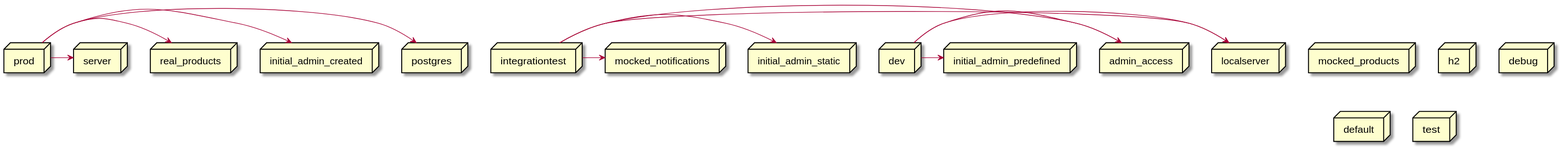
Before: docs/latest/images/gen_springprofiles.svg, a diagram exported from PlantUML (mercedes-benz/sechub).
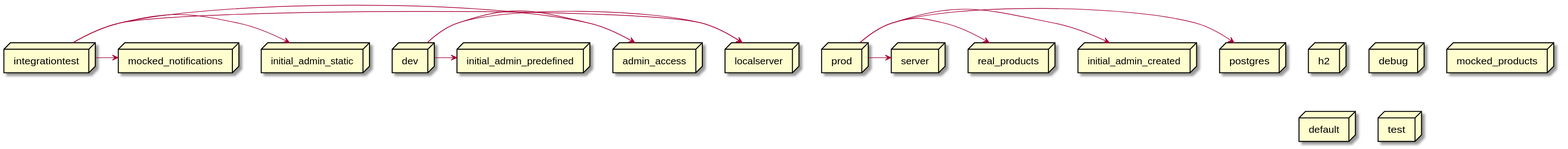
The same file after the commit.

What changed in the source:
```diff
@@ -1,25 +1,21 @@
 @startuml
 node postgres
+node integrationtest
+node initial_admin_created
+node mocked_notifications
 node admin_access
+node h2
+node debug
+node dev
+node localserver
+node real_products
+node initial_admin_predefined
 node prod
-node initial_admin_created
-node localserver
+node mocked_products
+node default
 node server
 node initial_admin_static
-node integrationtest
-node dev
-node mocked_products
-node h2
-node real_products
-node debug
-node initial_admin_predefined
-node mocked_notifications
-node default
 node test
-prod -> postgres
-prod -> initial_admin_created
-prod -> real_products
-prod -> server
 integrationtest -> localserver
 integrationtest -> initial_admin_static
 integrationtest -> mocked_notifications
@@ -27,4 +23,8 @@
 dev -> localserver
 dev -> initial_admin_predefined
 dev -> admin_access
+prod -> postgres
+prod -> initial_admin_created
+prod -> real_products
+prod -> server
 @enduml
```
